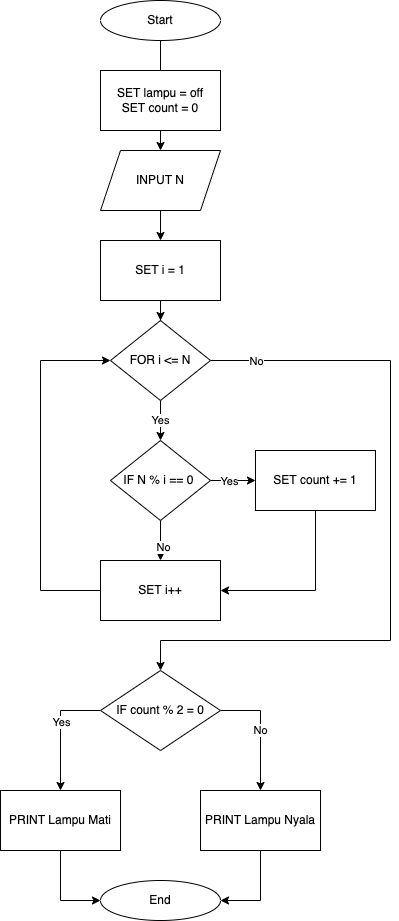
ahmadaunullah/TrainingJava keeps this draw.io diagram as Day-1/Task-Day1-Lampu dan Tombol.png. Above is the earlier version. Source tidied: cells renumbered, new cells last; positions are measured from the earlier drawing's top-left corner, leaving out a move shared by most shapes.
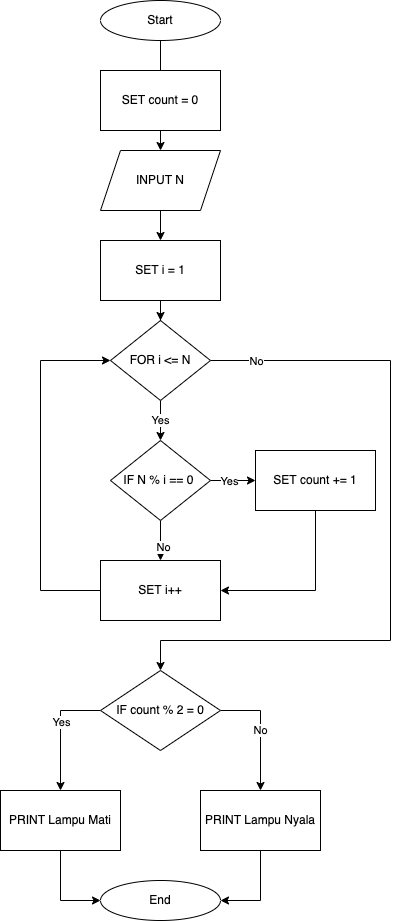
After the change.

Commit message:
task day 1

Change to the diagram source:
```diff
@@ -8,7 +8,7 @@
     <mxCell id="3" value="Start" style="ellipse;whiteSpace=wrap;html=1;" parent="1" vertex="1">
       <mxGeometry x="100" width="120" height="40" as="geometry" />
     </mxCell>
-    <mxCell id="4" value="SET lampu = off&lt;br&gt;SET count = 0" style="rounded=0;whiteSpace=wrap;html=1;" parent="1" vertex="1">
+    <mxCell id="4" value="SET count = 0" style="rounded=0;whiteSpace=wrap;html=1;" parent="1" vertex="1">
       <mxGeometry x="100" y="70" width="120" height="60" as="geometry" />
     </mxCell>
     <mxCell id="5" style="edgeStyle=orthogonalEdgeStyle;rounded=0;jettySize=auto;html=1;" parent="1" edge="1" source="6" target="21">
```
